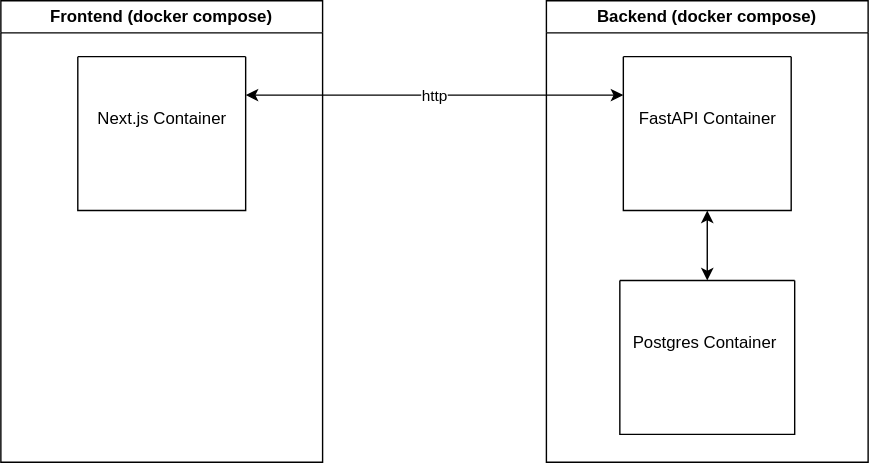
Before: dev_env.drawio.svg, a diagram exported from draw.io (mizuna325/infra-diagram). Source tidied: cells renumbered, new cells last; positions are measured from the earlier drawing's top-left corner, leaving out a move shared by most shapes. The source it was exported from:
```xml
<mxGraphModel>
  <root>
    <mxCell id="0" />
    <mxCell id="1" parent="0" />
    <mxCell id="2" value="Frontend (docker compose)" style="swimlane;whiteSpace=wrap;html=1;" parent="1" vertex="1">
      <mxGeometry width="230" height="330" as="geometry" />
    </mxCell>
    <mxCell id="3" style="swimlane;startSize=0;" parent="2" vertex="1">
      <mxGeometry x="55" y="40" width="120" height="110" as="geometry" />
    </mxCell>
    <mxCell id="4" value="Next.js Container" style="text;html=1;align=center;verticalAlign=middle;strokeColor=none;fillColor=none;" parent="3" vertex="1">
      <mxGeometry y="30" width="120" height="30" as="geometry" />
    </mxCell>
    <mxCell id="5" value="Backend (docker compose)" style="swimlane;whiteSpace=wrap;html=1;" parent="1" vertex="1">
      <mxGeometry x="390" width="230" height="330" as="geometry" />
    </mxCell>
    <mxCell id="6" style="swimlane;startSize=0;" parent="5" vertex="1">
      <mxGeometry x="55" y="40" width="120" height="110" as="geometry" />
    </mxCell>
    <mxCell id="7" value="FastAPI Container" style="text;html=1;align=center;verticalAlign=middle;strokeColor=none;fillColor=none;" parent="6" vertex="1">
      <mxGeometry y="30" width="120" height="30" as="geometry" />
    </mxCell>
    <mxCell id="8" style="swimlane;startSize=0;" parent="5" vertex="1">
      <mxGeometry x="52.5" y="200" width="125" height="110" as="geometry" />
    </mxCell>
    <mxCell id="9" value="Postgres Container" style="text;html=1;align=center;verticalAlign=middle;strokeColor=none;fillColor=none;" parent="8" vertex="1">
      <mxGeometry x="-5" y="30" width="130" height="30" as="geometry" />
    </mxCell>
    <mxCell id="10" style="endArrow=classic;startArrow=classic;html=1;entryX=0.5;entryY=1;entryDx=0;entryDy=0;" parent="5" edge="1" source="8" target="6">
      <mxGeometry relative="1" as="geometry" />
    </mxCell>
    <mxCell id="11" value="http" style="endArrow=classic;startArrow=classic;html=1;exitX=1;exitY=0.25;exitDx=0;exitDy=0;entryX=0;entryY=0.25;entryDx=0;entryDy=0;" parent="1" edge="1" source="3" target="6">
      <mxGeometry relative="1" as="geometry" />
    </mxCell>
  </root>
</mxGraphModel>
```
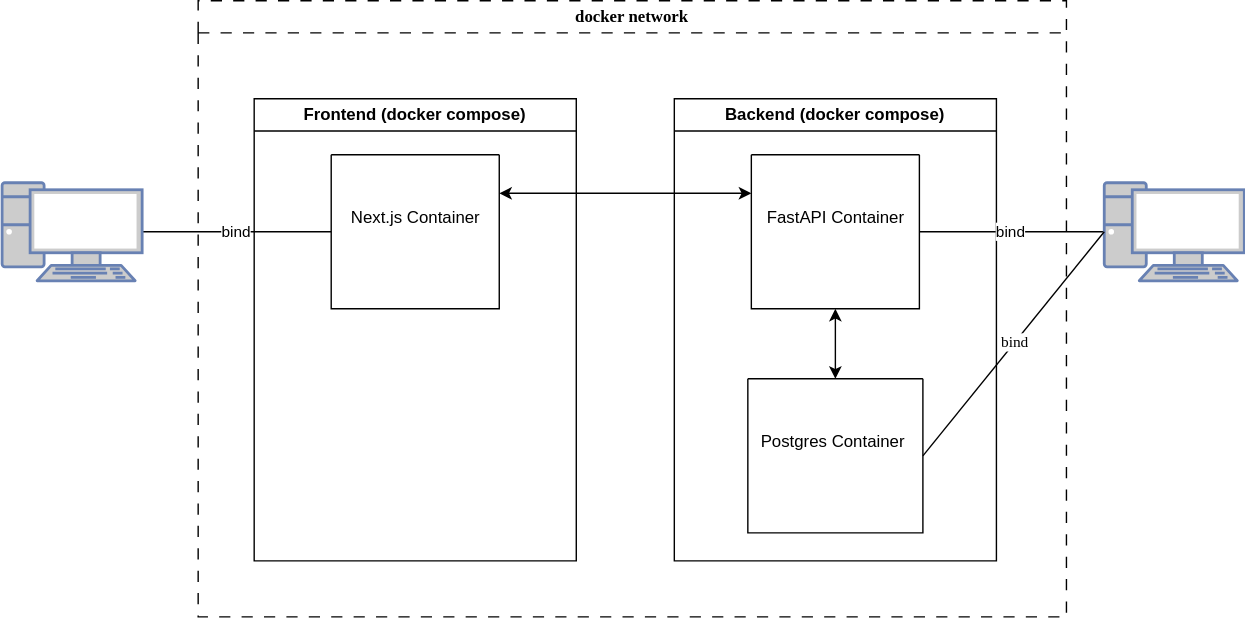
Later version of the same file.

Commit message:
add local data information

Change to the diagram source:
```diff
@@ -3,7 +3,7 @@
     <mxCell id="0" />
     <mxCell id="1" parent="0" />
     <mxCell id="2" value="Frontend (docker compose)" style="swimlane;whiteSpace=wrap;html=1;" parent="1" vertex="1">
-      <mxGeometry width="230" height="330" as="geometry" />
+      <mxGeometry x="160" width="230" height="330" as="geometry" />
     </mxCell>
     <mxCell id="3" style="swimlane;startSize=0;" parent="2" vertex="1">
       <mxGeometry x="55" y="40" width="120" height="110" as="geometry" />
@@ -12,7 +12,7 @@
       <mxGeometry y="30" width="120" height="30" as="geometry" />
     </mxCell>
     <mxCell id="5" value="Backend (docker compose)" style="swimlane;whiteSpace=wrap;html=1;" parent="1" vertex="1">
-      <mxGeometry x="390" width="230" height="330" as="geometry" />
+      <mxGeometry x="460" width="230" height="330" as="geometry" />
     </mxCell>
     <mxCell id="6" style="swimlane;startSize=0;" parent="5" vertex="1">
       <mxGeometry x="55" y="40" width="120" height="110" as="geometry" />
@@ -29,8 +29,26 @@
     <mxCell id="10" style="endArrow=classic;startArrow=classic;html=1;entryX=0.5;entryY=1;entryDx=0;entryDy=0;" parent="5" edge="1" source="8" target="6">
       <mxGeometry relative="1" as="geometry" />
     </mxCell>
-    <mxCell id="11" value="http" style="endArrow=classic;startArrow=classic;html=1;exitX=1;exitY=0.25;exitDx=0;exitDy=0;entryX=0;entryY=0.25;entryDx=0;entryDy=0;" parent="1" edge="1" source="3" target="6">
+    <mxCell id="11" style="endArrow=classic;startArrow=classic;html=1;exitX=1;exitY=0.25;exitDx=0;exitDy=0;entryX=0;entryY=0.25;entryDx=0;entryDy=0;" parent="1" edge="1" source="3" target="6">
       <mxGeometry relative="1" as="geometry" />
     </mxCell>
+    <mxCell id="12" value="&lt;p&gt;bind&lt;/p&gt;" style="endArrow=none;html=1;entryX=0;entryY=0.5;entryDx=0;entryDy=0;exitX=1;exitY=0.5;exitDx=0;exitDy=0;exitPerimeter=0;" parent="1" edge="1" source="14" target="3">
+      <mxGeometry relative="1" as="geometry" />
+    </mxCell>
+    <mxCell id="13" value="bind" style="endArrow=none;html=1;exitX=1;exitY=0.5;exitDx=0;exitDy=0;entryX=0;entryY=0.5;entryDx=0;entryDy=0;entryPerimeter=0;" parent="1" edge="1" source="6" target="15">
+      <mxGeometry relative="1" as="geometry" />
+    </mxCell>
+    <mxCell id="14" style="fontColor=#0066CC;verticalAlign=top;verticalLabelPosition=bottom;labelPosition=center;align=center;html=1;outlineConnect=0;fillColor=#CCCCCC;strokeColor=#6881B3;gradientColor=none;gradientDirection=north;strokeWidth=2;shape=mxgraph.networks.pc;fontFamily=Times New Roman;" parent="1" vertex="1">
+      <mxGeometry x="-20" y="60" width="100" height="70" as="geometry" />
+    </mxCell>
+    <mxCell id="15" style="fontColor=#0066CC;verticalAlign=top;verticalLabelPosition=bottom;labelPosition=center;align=center;html=1;outlineConnect=0;fillColor=#CCCCCC;strokeColor=#6881B3;gradientColor=none;gradientDirection=north;strokeWidth=2;shape=mxgraph.networks.pc;fontFamily=Times New Roman;" parent="1" vertex="1">
+      <mxGeometry x="767" y="60" width="100" height="70" as="geometry" />
+    </mxCell>
+    <mxCell id="16" value="bind" style="endArrow=none;html=1;fontFamily=Times New Roman;exitX=1;exitY=0.5;exitDx=0;exitDy=0;entryX=0;entryY=0.5;entryDx=0;entryDy=0;entryPerimeter=0;" parent="1" edge="1" source="8" target="15">
+      <mxGeometry relative="1" as="geometry" />
+    </mxCell>
+    <mxCell id="17" value="docker network" style="swimlane;whiteSpace=wrap;html=1;fontFamily=Times New Roman;dashed=1;dashPattern=8 8;" parent="1" vertex="1">
+      <mxGeometry x="120" y="-70" width="620" height="440" as="geometry" />
+    </mxCell>
   </root>
 </mxGraphModel>
```
